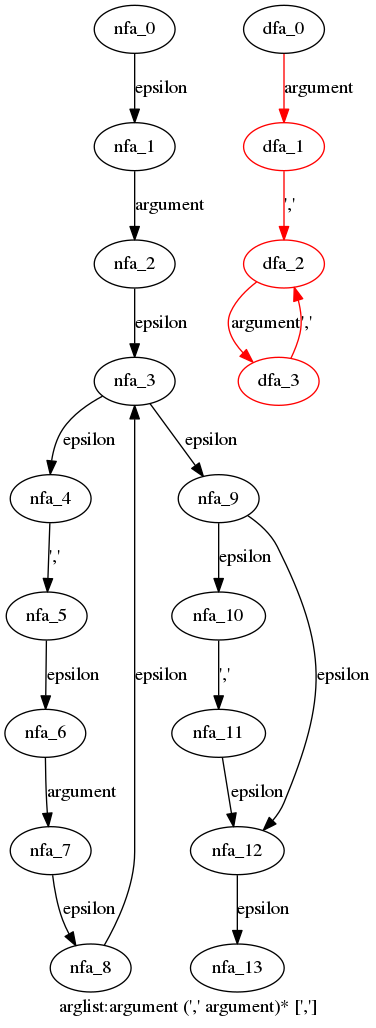
Before: cpython/grammar/handwrite/nfa_dfas/79.arglist.dot.png, a diagram exported from Graphviz (WinChua/blog). Its source is kept beside it as cpython/grammar/handwrite/nfa_dfas/79.arglist.dot.
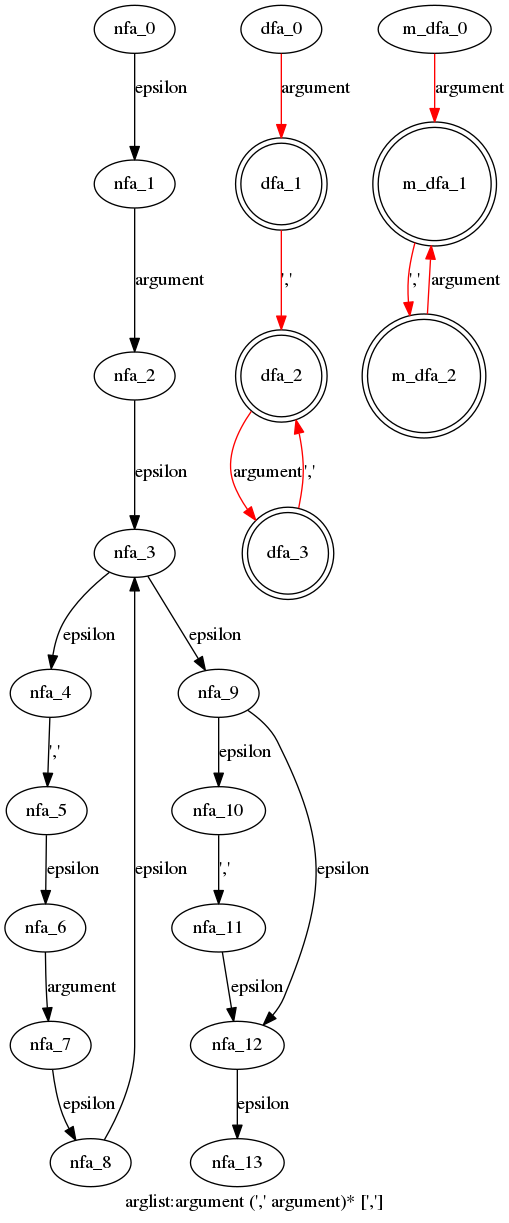
The same file after the commit.

Change to the diagram source:
```diff
@@ -22,8 +22,15 @@
   dfa_1->dfa_2[label="','",color=red]
   dfa_2->dfa_3[label="argument",color=red]
   dfa_3->dfa_2[label="','",color=red]
-  dfa_1[color=red]
-  dfa_2[color=red]
-  dfa_3[color=red]
+  dfa_1[shape=doublecircle]
+  dfa_2[shape=doublecircle]
+  dfa_3[shape=doublecircle]
+  }
+ subgraph arglist_m_dfa {
+  m_dfa_0->m_dfa_1[label="argument",color=red]
+  m_dfa_1->m_dfa_2[label="','",color=red]
+  m_dfa_2->m_dfa_1[label="argument",color=red]
+  m_dfa_1[shape=doublecircle]
+  m_dfa_2[shape=doublecircle]
   }
 }
```
